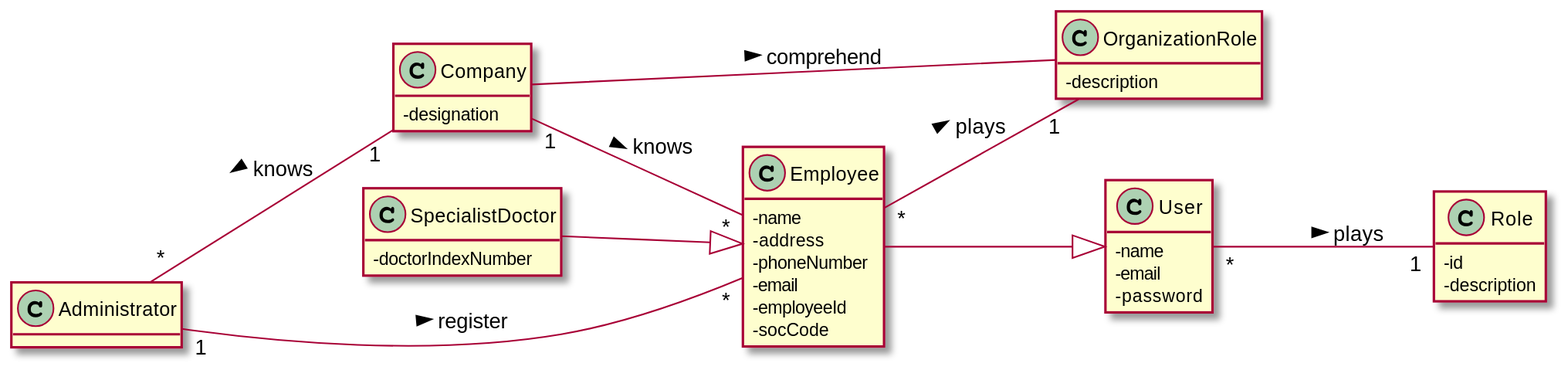
Earlier version of the PlantUML export docs/SprintB/US07/US07-MD.svg (manu-07-ela/LAPR2_ISEP).
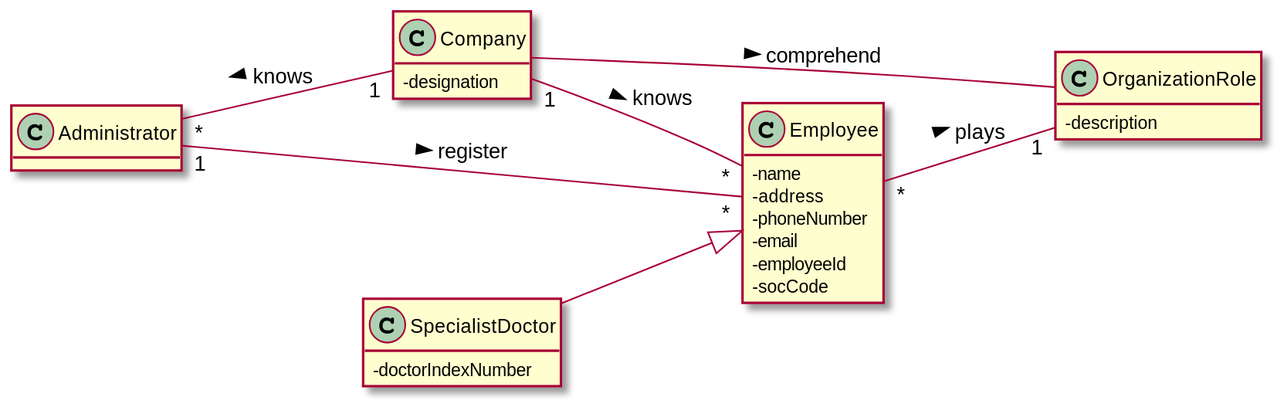
The same file after the commit.

Change to the diagram source:
```diff
@@ -6,19 +6,12 @@
 class Administrator
 class Company
 class Employee
-class User
-class Role
 class OrganizationRole
 
 class OrganizationRole{
 -description
 }
 
-class User{
--name
--email
--password
-}
 class Employee{
 -name
 -address
@@ -32,20 +25,16 @@
 -designation
 }
 
-class Role{
--id
--description
-}
+
 
 class SpecialistDoctor{
 -doctorIndexNumber
 }
 
 Administrator "*"--"1" Company : < knows
-Employee --|> User
 Company "1"--"*" Employee : knows >
 Administrator "1"--"*" Employee : register >
-User "*"--"1" Role : plays >
+
 Employee "*"--"1" OrganizationRole: plays >
 SpecialistDoctor --|> Employee
 Company -- OrganizationRole : comprehend >
```
